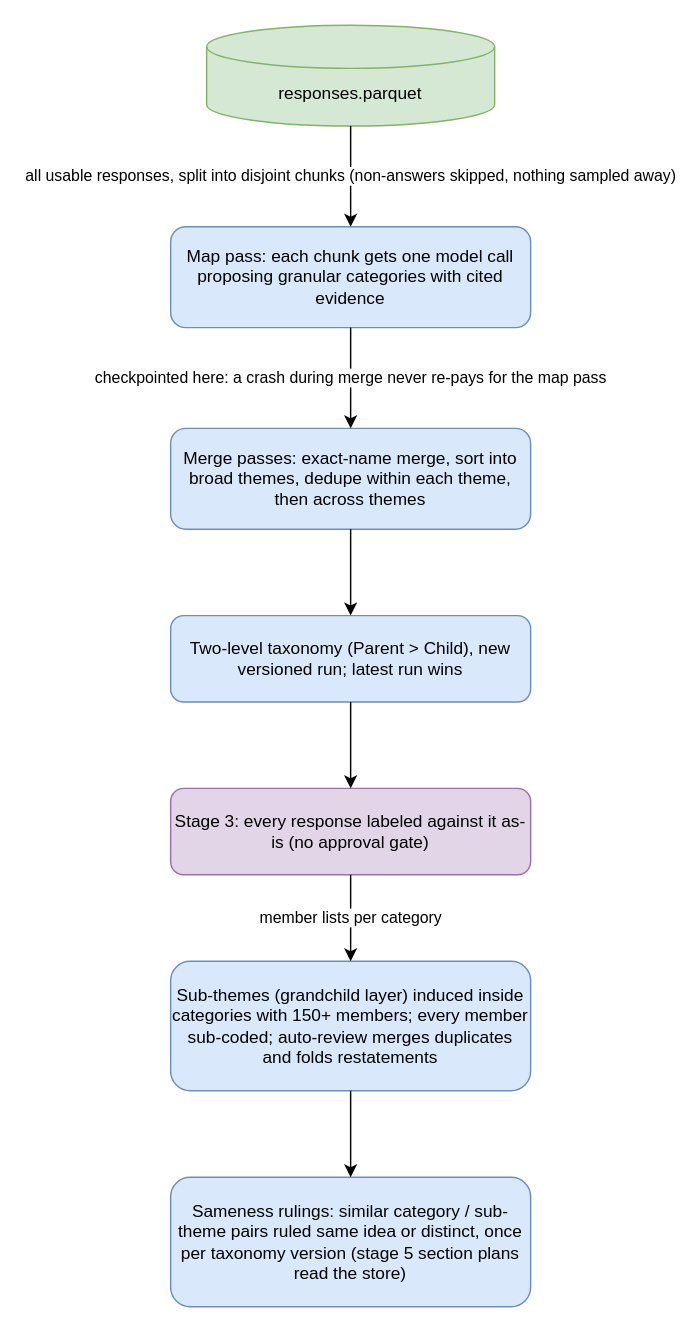
ShreyasxAnand/SanJose_SurveyAnalyzer keeps this draw.io diagram as page "2 Taxonomy building" (3 of 6) of docs/process_flows.drawio. Above is the earlier version. Source tidied: cells renumbered, new cells numbered last; positions are measured from the earlier drawing's top-left corner, leaving out a move shared by most shapes. Both pictures are drawn from the tidied source at 144%, with x=0, y=0 at pixel (170, 24).
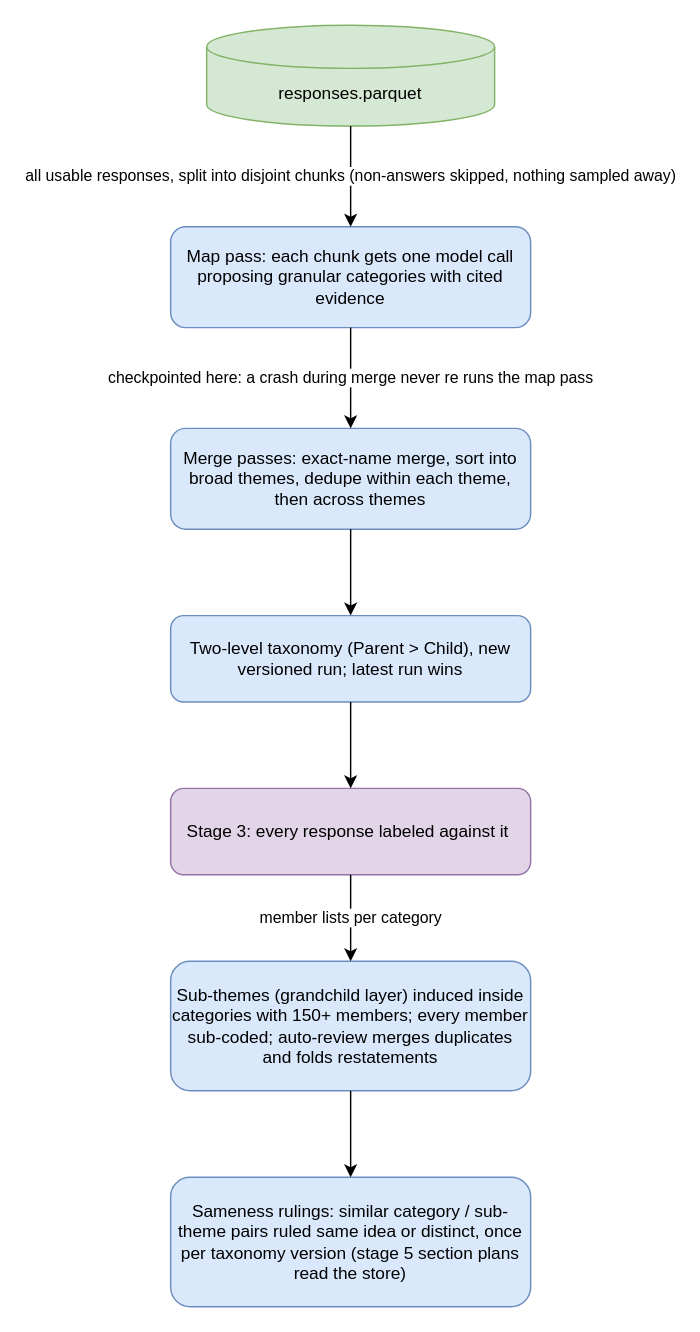
The same page after the edit.

The edit, as a diff of the source:
```diff
@@
 <mxGraphModel>
   <root>
     <mxCell id="0" />
     <mxCell id="1" parent="0" />
     <mxCell id="2" value="responses.parquet" style="shape=cylinder3;whiteSpace=wrap;html=1;boundedLbl=1;backgroundOutline=1;size=15;fillColor=#d5e8d4;strokeColor=#82b366;" parent="1" vertex="1">
       <mxGeometry x="25" width="200" height="70" as="geometry" />
     </mxCell>
     <mxCell id="3" value="Map pass: each chunk gets one model call proposing granular categories with cited evidence" style="rounded=1;whiteSpace=wrap;html=1;fillColor=#dae8fc;strokeColor=#6c8ebf;" parent="1" vertex="1">
       <mxGeometry y="140" width="250" height="70" as="geometry" />
     </mxCell>
     <mxCell id="4" value="Merge passes: exact-name merge, sort into broad themes, dedupe within each theme, then across themes" style="rounded=1;whiteSpace=wrap;html=1;fillColor=#dae8fc;strokeColor=#6c8ebf;" parent="1" vertex="1">
       <mxGeometry y="280" width="250" height="70" as="geometry" />
     </mxCell>
     <mxCell id="5" value="Two-level taxonomy (Parent &gt; Child), new versioned run; latest run wins" style="rounded=1;whiteSpace=wrap;html=1;fillColor=#dae8fc;strokeColor=#6c8ebf;" parent="1" vertex="1">
       <mxGeometry y="410" width="250" height="60" as="geometry" />
     </mxCell>
-    <mxCell id="6" value="Stage 3: every response labeled against it as-is (no approval gate)" style="rounded=1;whiteSpace=wrap;html=1;fillColor=#e1d5e7;strokeColor=#9673a6;" parent="1" vertex="1">
+    <mxCell id="6" value="Stage 3: every response labeled against it&amp;nbsp;" style="rounded=1;whiteSpace=wrap;html=1;fillColor=#e1d5e7;strokeColor=#9673a6;" parent="1" vertex="1">
       <mxGeometry y="530" width="250" height="60" as="geometry" />
     </mxCell>
     <mxCell id="7" value="Sub-themes (grandchild layer) induced inside categories with 150+ members; every member sub-coded; auto-review merges duplicates and folds restatements" style="rounded=1;whiteSpace=wrap;html=1;fillColor=#dae8fc;strokeColor=#6c8ebf;" parent="1" vertex="1">
       <mxGeometry y="650" width="250" height="90" as="geometry" />
     </mxCell>
     <mxCell id="8" value="Sameness rulings: similar category / sub-theme pairs ruled same idea or distinct, once per taxonomy version (stage 5 section plans read the store)" style="rounded=1;whiteSpace=wrap;html=1;fillColor=#dae8fc;strokeColor=#6c8ebf;" parent="1" vertex="1">
       <mxGeometry y="800" width="250" height="90" as="geometry" />
     </mxCell>
     <mxCell id="9" value="all usable responses, split into disjoint chunks (non-answers skipped, nothing sampled away)" style="edgeStyle=orthogonalEdgeStyle;rounded=0;html=1;" parent="1" edge="1" source="2" target="3">
       <mxGeometry relative="1" as="geometry" />
     </mxCell>
-    <mxCell id="10" value="checkpointed here: a crash during merge never re-pays for the map pass" style="edgeStyle=orthogonalEdgeStyle;rounded=0;html=1;" parent="1" edge="1" source="3" target="4">
+    <mxCell id="10" value="checkpointed here: a crash during merge never re runs the map pass" style="edgeStyle=orthogonalEdgeStyle;rounded=0;html=1;" parent="1" edge="1" source="3" target="4">
       <mxGeometry relative="1" as="geometry" />
     </mxCell>
     <mxCell id="11" style="edgeStyle=orthogonalEdgeStyle;rounded=0;html=1;" parent="1" edge="1" source="4" target="5">
       <mxGeometry relative="1" as="geometry" />
     </mxCell>
     <mxCell id="12" style="edgeStyle=orthogonalEdgeStyle;rounded=0;html=1;" parent="1" edge="1" source="5" target="6">
       <mxGeometry relative="1" as="geometry" />
     </mxCell>
     <mxCell id="13" value="member lists per category" style="edgeStyle=orthogonalEdgeStyle;rounded=0;html=1;" parent="1" edge="1" source="6" target="7">
       <mxGeometry relative="1" as="geometry" />
     </mxCell>
     <mxCell id="14" style="edgeStyle=orthogonalEdgeStyle;rounded=0;html=1;" parent="1" edge="1" source="7" target="8">
       <mxGeometry relative="1" as="geometry" />
     </mxCell>
   </root>
 </mxGraphModel>
```
